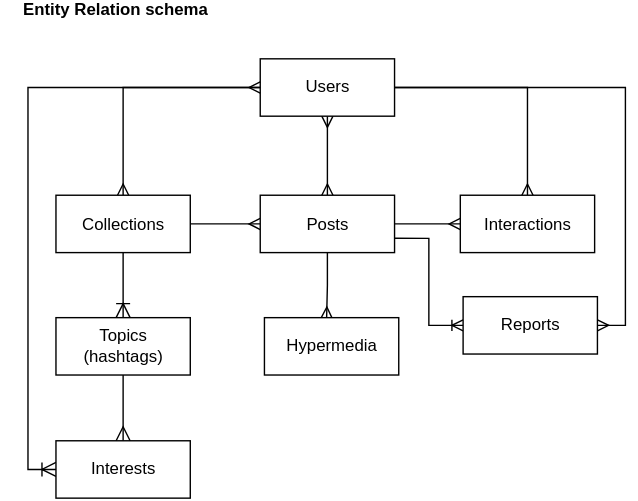
The draw.io diagram images/GeoMedia_ER.svg in albertomorini/UNIPD_CS_MasterThesis, before a commit. Source tidied: cells renumbered, new cells last; positions are measured from the earlier drawing's top-left corner, leaving out a move shared by most shapes.
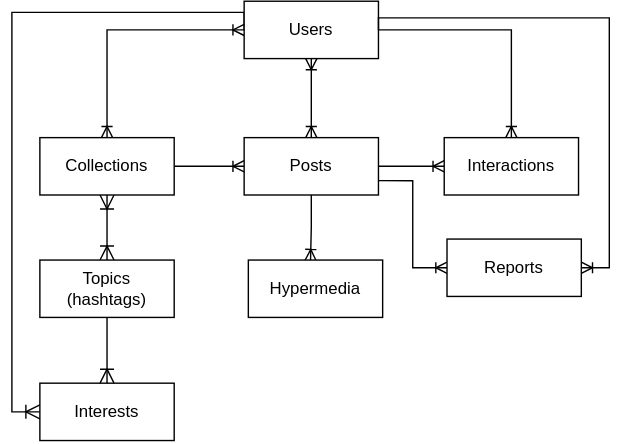
Later version of the same file.

What changed in the source:
```diff
@@ -2,31 +2,37 @@
   <root>
     <mxCell id="0" />
     <mxCell id="1" parent="0" />
-    <mxCell id="2" style="edgeStyle=orthogonalEdgeStyle;rounded=0;jettySize=auto;html=1;exitX=1;exitY=0.5;exitDx=0;exitDy=0;endArrow=ERmany;endFill=0;entryX=0.5;entryY=0;entryDx=0;entryDy=0;" parent="1" edge="1" source="5" target="14">
+    <mxCell id="2" style="edgeStyle=orthogonalEdgeStyle;rounded=0;jettySize=auto;html=1;exitX=1;exitY=0.5;exitDx=0;exitDy=0;endArrow=ERoneToMany;endFill=0;entryX=0.5;entryY=0;entryDx=0;entryDy=0;" parent="1" edge="1" source="5" target="14">
       <mxGeometry relative="1" as="geometry" />
     </mxCell>
-    <mxCell id="3" style="edgeStyle=orthogonalEdgeStyle;rounded=0;jettySize=auto;html=1;exitX=0.5;exitY=1;exitDx=0;exitDy=0;endArrow=ERmany;endFill=0;startArrow=ERmany;startFill=0;entryX=0.5;entryY=0;entryDx=0;entryDy=0;" parent="1" edge="1" source="5" target="13">
+    <mxCell id="3" style="edgeStyle=orthogonalEdgeStyle;rounded=0;jettySize=auto;html=1;exitX=0.5;exitY=1;exitDx=0;exitDy=0;endArrow=ERoneToMany;endFill=0;startArrow=ERoneToMany;startFill=0;entryX=0.5;entryY=0;entryDx=0;entryDy=0;" parent="1" edge="1" source="5" target="13">
       <mxGeometry relative="1" as="geometry" />
     </mxCell>
     <mxCell id="4" style="edgeStyle=orthogonalEdgeStyle;rounded=0;jettySize=auto;html=1;exitX=0;exitY=0.5;exitDx=0;exitDy=0;entryX=0;entryY=0.5;entryDx=0;entryDy=0;fontSize=12;startSize=8;endSize=8;elbow=vertical;endArrow=ERoneToMany;endFill=0;" parent="1" edge="1" source="5" target="19">
-      <mxGeometry relative="1" as="geometry" />
+      <mxGeometry relative="1" as="geometry">
+        <Array as="points">
+          <mxPoint x="186" y="51" />
+          <mxPoint x="20" y="51" />
+          <mxPoint x="20" y="336.5" />
+        </Array>
+      </mxGeometry>
     </mxCell>
     <mxCell id="5" value="Users" style="rounded=0;whiteSpace=wrap;html=1;" parent="1" vertex="1">
       <mxGeometry x="186" y="43" width="96" height="41" as="geometry" />
     </mxCell>
-    <mxCell id="6" style="edgeStyle=orthogonalEdgeStyle;rounded=0;jettySize=auto;html=1;exitX=0;exitY=0.5;exitDx=0;exitDy=0;entryX=1;entryY=0.5;entryDx=0;entryDy=0;endArrow=none;endFill=0;startArrow=ERmany;startFill=0;" parent="1" edge="1" source="13" target="11">
+    <mxCell id="6" style="edgeStyle=orthogonalEdgeStyle;rounded=0;jettySize=auto;html=1;exitX=0;exitY=0.5;exitDx=0;exitDy=0;entryX=1;entryY=0.5;entryDx=0;entryDy=0;endArrow=none;endFill=0;startArrow=ERoneToMany;startFill=0;" parent="1" edge="1" source="13" target="11">
       <mxGeometry relative="1" as="geometry" />
     </mxCell>
-    <mxCell id="7" style="edgeStyle=orthogonalEdgeStyle;rounded=0;jettySize=auto;html=1;exitX=1;exitY=0.5;exitDx=0;exitDy=0;entryX=0;entryY=0.5;entryDx=0;entryDy=0;endArrow=ERmany;endFill=0;" parent="1" edge="1" source="13" target="14">
+    <mxCell id="7" style="edgeStyle=orthogonalEdgeStyle;rounded=0;jettySize=auto;html=1;exitX=1;exitY=0.5;exitDx=0;exitDy=0;entryX=0;entryY=0.5;entryDx=0;entryDy=0;endArrow=ERoneToMany;endFill=0;" parent="1" edge="1" source="13" target="14">
       <mxGeometry relative="1" as="geometry" />
     </mxCell>
-    <mxCell id="8" style="edgeStyle=orthogonalEdgeStyle;rounded=0;jettySize=auto;html=1;exitX=0.5;exitY=1;exitDx=0;exitDy=0;entryX=0.463;entryY=0.01;entryDx=0;entryDy=0;endArrow=ERmany;endFill=0;entryPerimeter=0;" parent="1" edge="1" source="13" target="15">
+    <mxCell id="8" style="edgeStyle=orthogonalEdgeStyle;rounded=0;jettySize=auto;html=1;exitX=0.5;exitY=1;exitDx=0;exitDy=0;entryX=0.463;entryY=0.01;entryDx=0;entryDy=0;endArrow=ERoneToMany;endFill=0;entryPerimeter=0;" parent="1" edge="1" source="13" target="15">
       <mxGeometry relative="1" as="geometry" />
     </mxCell>
-    <mxCell id="9" style="edgeStyle=orthogonalEdgeStyle;rounded=0;jettySize=auto;html=1;exitX=0.5;exitY=0;exitDx=0;exitDy=0;entryX=0;entryY=0.5;entryDx=0;entryDy=0;startArrow=ERmany;startFill=0;endArrow=ERmany;endFill=0;" parent="1" edge="1" source="11" target="5">
+    <mxCell id="9" style="edgeStyle=orthogonalEdgeStyle;rounded=0;jettySize=auto;html=1;exitX=0.5;exitY=0;exitDx=0;exitDy=0;entryX=0;entryY=0.5;entryDx=0;entryDy=0;startArrow=ERoneToMany;startFill=0;endArrow=ERoneToMany;endFill=0;" parent="1" edge="1" source="11" target="5">
       <mxGeometry relative="1" as="geometry" />
     </mxCell>
-    <mxCell id="10" style="edgeStyle=none;curved=1;rounded=0;jettySize=auto;html=1;exitX=0.5;exitY=1;exitDx=0;exitDy=0;entryX=0.5;entryY=0;entryDx=0;entryDy=0;fontSize=12;startSize=8;endSize=8;endArrow=ERoneToMany;endFill=0;" parent="1" edge="1" source="11" target="21">
+    <mxCell id="10" style="edgeStyle=none;curved=1;rounded=0;jettySize=auto;html=1;exitX=0.5;exitY=1;exitDx=0;exitDy=0;entryX=0.5;entryY=0;entryDx=0;entryDy=0;fontSize=12;startSize=8;endSize=8;endArrow=ERoneToMany;endFill=0;startArrow=ERoneToMany;startFill=0;" parent="1" edge="1" source="11" target="21">
       <mxGeometry relative="1" as="geometry" />
     </mxCell>
     <mxCell id="11" value="Collections" style="rounded=0;whiteSpace=wrap;html=1;" parent="1" vertex="1">
@@ -47,16 +53,19 @@
     <mxCell id="16" value="Reports" style="rounded=0;whiteSpace=wrap;html=1;" parent="1" vertex="1">
       <mxGeometry x="331" y="213" width="96" height="41" as="geometry" />
     </mxCell>
-    <mxCell id="17" value="&lt;b&gt;Entity Relation schema&lt;/b&gt;" style="text;html=1;whiteSpace=wrap;strokeColor=none;fillColor=none;align=center;verticalAlign=middle;rounded=0;" parent="1" vertex="1">
-      <mxGeometry width="165" height="17" as="geometry" />
-    </mxCell>
-    <mxCell id="18" style="edgeStyle=orthogonalEdgeStyle;rounded=0;jettySize=auto;html=1;exitX=1;exitY=0.5;exitDx=0;exitDy=0;endArrow=ERmany;endFill=0;entryX=1;entryY=0.5;entryDx=0;entryDy=0;" parent="1" edge="1" source="5" target="16">
-      <mxGeometry relative="1" as="geometry" />
+    <mxCell id="18" style="edgeStyle=orthogonalEdgeStyle;rounded=0;jettySize=auto;html=1;exitX=1;exitY=0.5;exitDx=0;exitDy=0;endArrow=ERoneToMany;endFill=0;entryX=1;entryY=0.5;entryDx=0;entryDy=0;" parent="1" edge="1" source="5" target="16">
+      <mxGeometry relative="1" as="geometry">
+        <Array as="points">
+          <mxPoint x="282" y="54.9" />
+          <mxPoint x="447" y="54.9" />
+          <mxPoint x="447" y="233.5" />
+        </Array>
+      </mxGeometry>
     </mxCell>
     <mxCell id="19" value="Interests" style="rounded=0;whiteSpace=wrap;html=1;" parent="1" vertex="1">
       <mxGeometry x="40" y="316" width="96" height="41" as="geometry" />
     </mxCell>
-    <mxCell id="20" style="edgeStyle=none;curved=1;rounded=0;jettySize=auto;html=1;exitX=0.5;exitY=1;exitDx=0;exitDy=0;entryX=0.5;entryY=0;entryDx=0;entryDy=0;fontSize=12;startSize=8;endSize=8;endArrow=ERmany;endFill=0;" parent="1" edge="1" source="21" target="19">
+    <mxCell id="20" style="edgeStyle=none;curved=1;rounded=0;jettySize=auto;html=1;exitX=0.5;exitY=1;exitDx=0;exitDy=0;entryX=0.5;entryY=0;entryDx=0;entryDy=0;fontSize=12;startSize=8;endSize=8;endArrow=ERoneToMany;endFill=0;" parent="1" edge="1" source="21" target="19">
       <mxGeometry relative="1" as="geometry" />
     </mxCell>
     <mxCell id="21" value="Topics&lt;br&gt;(hashtags)" style="rounded=0;whiteSpace=wrap;html=1;" parent="1" vertex="1">
```
